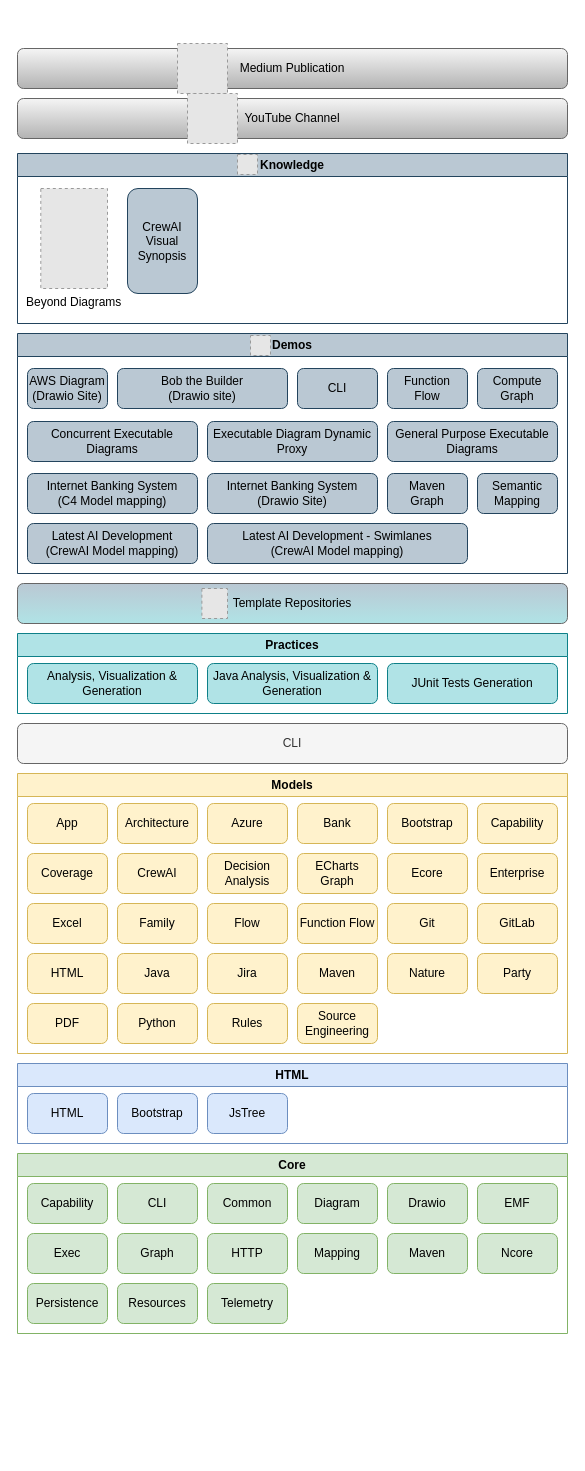
Above: model/nasdanika.drawio in Nasdanika/nasdanika.github.io (draw.io), before the change. Source tidied: cells renumbered, new cells numbered last; positions are measured from the earlier drawing's top-left corner, leaving out a move shared by most shapes. Both pictures are drawn from the tidied source at 100%, with x=0, y=0 at pixel (17, 43). Pictures stored in the file or linked from it are replaced by grey dashed boxes.
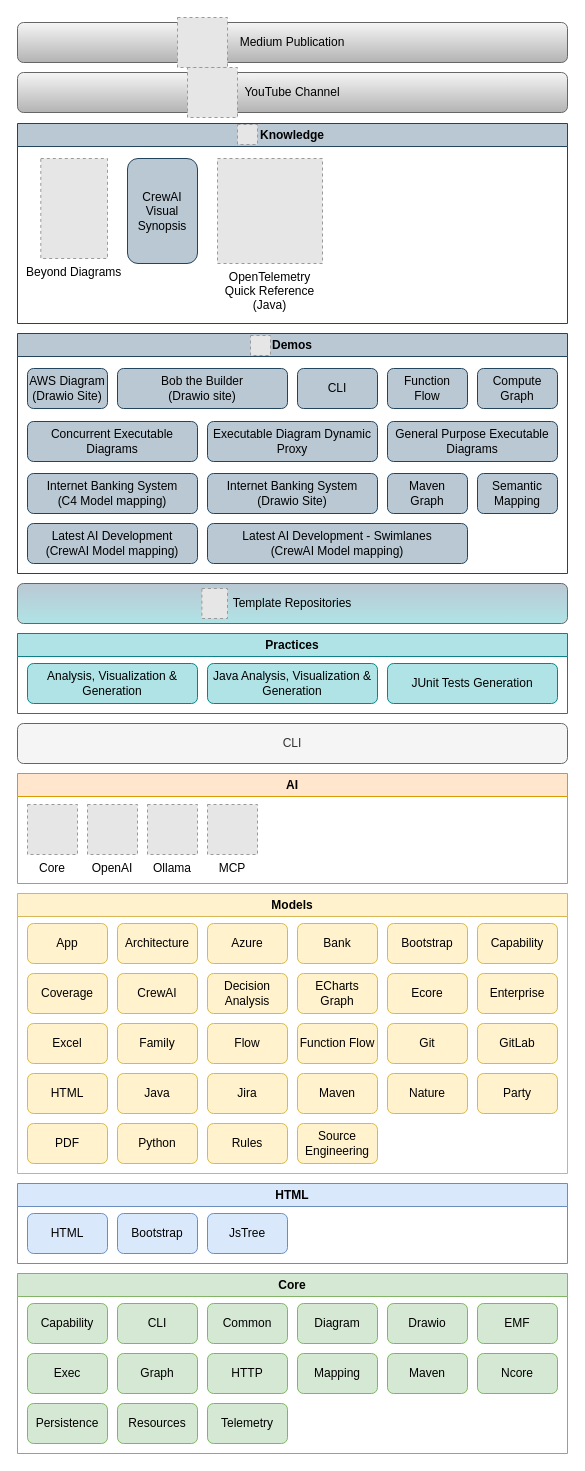
The same diagram, later.

Diff of the diagram source:
```diff
@@
     <mxCell id="2" value="Core" style="swimlane;whiteSpace=wrap;html=1;fillColor=#d5e8d4;strokeColor=#82b366;" parent="1" vertex="1">
-      <mxGeometry y="1110" width="550" height="180" as="geometry" />
+      <mxGeometry y="1230" width="550" height="180" as="geometry" />
     </mxCell>
@@
     <mxCell id="18" value="HTML" style="swimlane;whiteSpace=wrap;html=1;fillColor=#dae8fc;strokeColor=#6c8ebf;" parent="1" vertex="1">
-      <mxGeometry y="1020" width="550" height="80" as="geometry" />
+      <mxGeometry y="1140" width="550" height="80" as="geometry" />
     </mxCell>
@@
     <mxCell id="22" value="Models" style="swimlane;whiteSpace=wrap;html=1;fillColor=#fff2cc;strokeColor=#d6b656;" parent="1" vertex="1">
-      <mxGeometry y="730" width="550" height="280" as="geometry" />
+      <mxGeometry y="850" width="550" height="280" as="geometry" />
     </mxCell>
@@
     <mxCell id="55" value="Knowledge" style="swimlane;whiteSpace=wrap;html=1;fillColor=#bac8d3;strokeColor=#23445d;" parent="1" vertex="1">
-      <mxGeometry y="110" width="550" height="170" as="geometry" />
+      <mxGeometry y="80" width="550" height="200" as="geometry" />
     </mxCell>
@@
+    <mxCell id="82" value="OpenTelemetry&#10;Quick Reference&#10;(Java)" style="fillColor=#E6E6E6;strokeColor=#999999;dashed=1;verticalLabelPosition=bottom;labelBackgroundColor=default;verticalAlign=top;" parent="55" vertex="1">
+      <mxGeometry x="200" y="35" width="105" height="105" as="geometry" />
+    </mxCell>
@@
     <mxCell id="60" value="YouTube Channel" style="rounded=1;whiteSpace=wrap;html=1;fillColor=#f5f5f5;strokeColor=#666666;gradientColor=#b3b3b3;" parent="1" vertex="1">
-      <mxGeometry y="55" width="550" height="40" as="geometry" />
+      <mxGeometry y="29" width="550" height="40" as="geometry" />
     </mxCell>
     <mxCell id="61" value="Medium Publication" style="rounded=1;whiteSpace=wrap;html=1;fillColor=#f5f5f5;strokeColor=#666666;gradientColor=#b3b3b3;" parent="1" vertex="1">
-      <mxGeometry y="5" width="550" height="40" as="geometry" />
+      <mxGeometry y="-21" width="550" height="40" as="geometry" />
     </mxCell>
     <mxCell id="62" style="fillColor=#E6E6E6;strokeColor=#999999;dashed=1;verticalLabelPosition=bottom;labelBackgroundColor=default;verticalAlign=top;" parent="1" vertex="1">
-      <mxGeometry x="160" width="50" height="50" as="geometry" />
+      <mxGeometry x="160" y="-26" width="50" height="50" as="geometry" />
     </mxCell>
     <mxCell id="63" style="fillColor=#E6E6E6;strokeColor=#999999;dashed=1;verticalLabelPosition=bottom;labelBackgroundColor=default;verticalAlign=top;" parent="1" vertex="1">
-      <mxGeometry x="170" y="50" width="50" height="50" as="geometry" />
+      <mxGeometry x="170" y="24" width="50" height="50" as="geometry" />
     </mxCell>
@@
+    <mxCell id="83" value="AI" style="swimlane;whiteSpace=wrap;html=1;fillColor=#ffe6cc;strokeColor=#d79b00;" parent="1" vertex="1">
+      <mxGeometry y="730" width="550" height="110" as="geometry" />
+    </mxCell>
+    <mxCell id="84" value="Core" style="fillColor=#E6E6E6;strokeColor=#999999;dashed=1;verticalLabelPosition=bottom;labelBackgroundColor=default;verticalAlign=top;" parent="83" vertex="1">
+      <mxGeometry x="10" y="31" width="50" height="50" as="geometry" />
+    </mxCell>
+    <mxCell id="85" value="OpenAI" style="fillColor=#E6E6E6;strokeColor=#999999;dashed=1;verticalLabelPosition=bottom;labelBackgroundColor=default;verticalAlign=top;" parent="83" vertex="1">
+      <mxGeometry x="70" y="31" width="50" height="50" as="geometry" />
+    </mxCell>
+    <mxCell id="86" value="Ollama" style="fillColor=#E6E6E6;strokeColor=#999999;dashed=1;verticalLabelPosition=bottom;labelBackgroundColor=default;verticalAlign=top;" parent="83" vertex="1">
+      <mxGeometry x="130" y="31" width="50" height="50" as="geometry" />
+    </mxCell>
+    <mxCell id="87" value="MCP" style="fillColor=#E6E6E6;strokeColor=#999999;dashed=1;verticalLabelPosition=bottom;labelBackgroundColor=default;verticalAlign=top;" parent="83" vertex="1">
+      <mxGeometry x="190" y="31" width="50" height="50" as="geometry" />
+    </mxCell>
```
